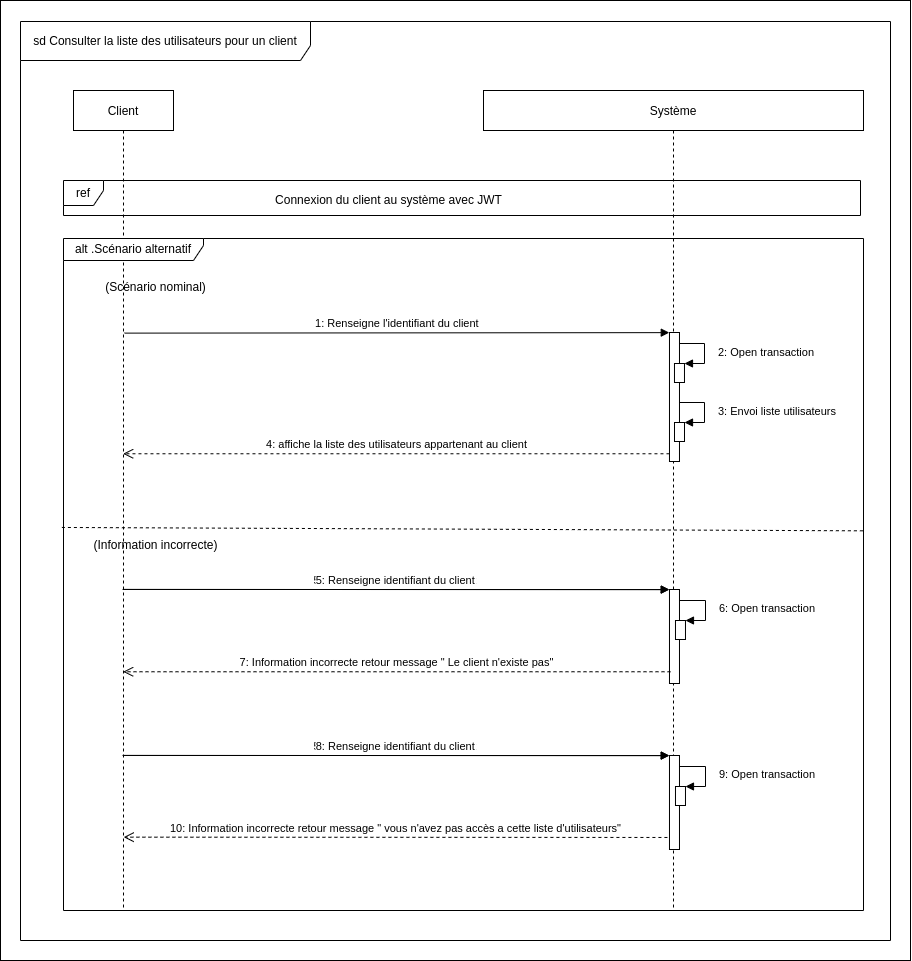
Before: conception/Diagramme UML/Diag-séquences/Diag séq consulter liste utilisateurs pour un client.png, a diagram exported from draw.io (laurent-66/API-BileMo). Source tidied: cells renumbered, new cells last; positions are measured from the earlier drawing's top-left corner, leaving out a move shared by most shapes.
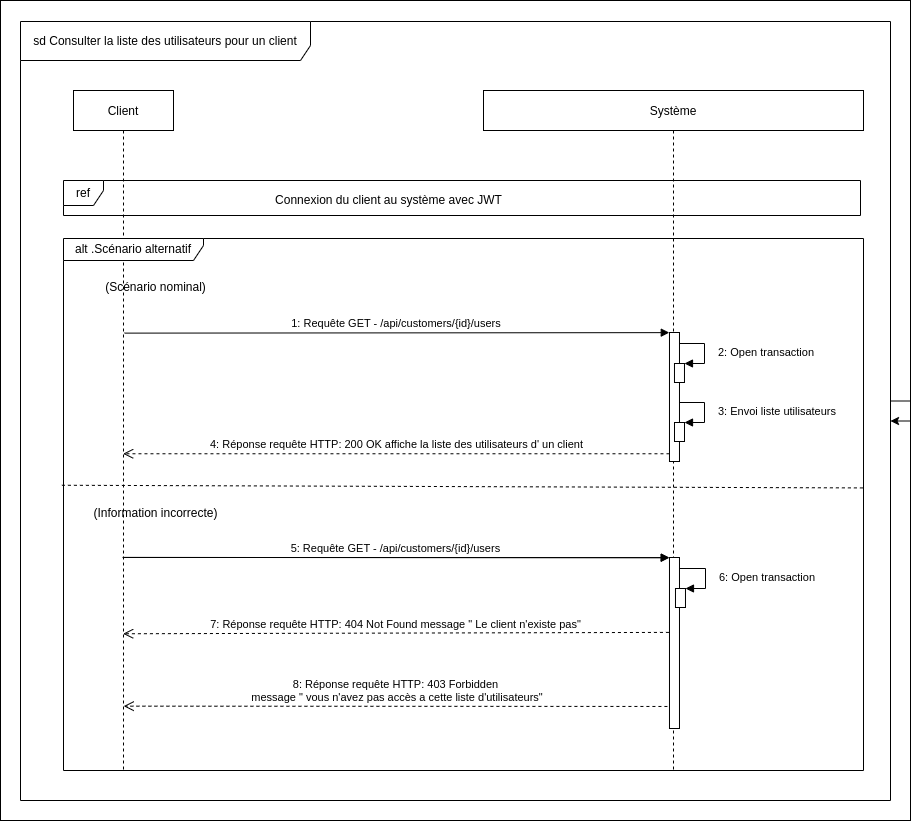
After the commit.

Diff of the diagram source:
```diff
@@ -3,28 +3,31 @@
     <mxCell id="0" />
     <mxCell id="1" parent="0" />
     <mxCell id="2" style="rounded=0;whiteSpace=wrap;html=1;" parent="1" vertex="1">
-      <mxGeometry width="910" height="960" as="geometry" />
+      <mxGeometry width="910" height="820" as="geometry" />
     </mxCell>
     <mxCell id="3" value="Client" style="shape=umlLifeline;perimeter=lifelinePerimeter;rounded=0;shadow=0;strokeWidth=1;" parent="1" vertex="1">
-      <mxGeometry x="73" y="90" width="100" height="820" as="geometry" />
+      <mxGeometry x="73" y="90" width="100" height="680" as="geometry" />
     </mxCell>
     <mxCell id="4" value="Système" style="shape=umlLifeline;perimeter=lifelinePerimeter;rounded=0;shadow=0;strokeWidth=1;" parent="1" vertex="1">
-      <mxGeometry x="483" y="90" width="380" height="820" as="geometry" />
+      <mxGeometry x="483" y="90" width="380" height="680" as="geometry" />
     </mxCell>
     <mxCell id="5" value="alt .Scénario alternatif" style="shape=umlFrame;whiteSpace=wrap;html=1;width=140;height=22;" parent="4" vertex="1">
-      <mxGeometry x="-420" y="148" width="800" height="672" as="geometry" />
+      <mxGeometry x="-420" y="148" width="800" height="532" as="geometry" />
     </mxCell>
     <mxCell id="6" value="Connexion du client au système avec JWT" style="text;html=1;align=center;verticalAlign=middle;strokeColor=none;fillColor=none;" parent="4" vertex="1">
       <mxGeometry x="-220" y="95" width="250" height="30" as="geometry" />
     </mxCell>
-    <mxCell id="7" style="endArrow=none;dashed=1;html=1;rounded=0;entryX=0.999;entryY=0.435;entryDx=0;entryDy=0;entryPerimeter=0;exitX=-0.002;exitY=0.43;exitDx=0;exitDy=0;exitPerimeter=0;" parent="4" edge="1" source="5" target="5">
-      <mxGeometry relative="1" as="geometry" />
+    <mxCell id="7" style="endArrow=none;dashed=1;html=1;rounded=0;entryX=0.999;entryY=0.435;entryDx=0;entryDy=0;entryPerimeter=0;exitX=-0.002;exitY=0.43;exitDx=0;exitDy=0;exitPerimeter=0;" parent="4" edge="1">
+      <mxGeometry relative="1" as="geometry">
+        <mxPoint x="-421.6" y="394.8" as="sourcePoint" />
+        <mxPoint x="379.2" y="397.4" as="targetPoint" />
+      </mxGeometry>
     </mxCell>
     <mxCell id="8" value="(Scénario nominal)" style="text;html=1;align=center;verticalAlign=middle;strokeColor=none;fillColor=none;" parent="1" vertex="1">
       <mxGeometry x="95" y="272" width="120" height="30" as="geometry" />
     </mxCell>
     <mxCell id="9" value="sd Consulter la liste des utilisateurs pour un client" style="shape=umlFrame;whiteSpace=wrap;html=1;width=290;height=39;" parent="1" vertex="1">
-      <mxGeometry x="20" y="21" width="870" height="919" as="geometry" />
+      <mxGeometry x="20" y="21" width="870" height="779" as="geometry" />
     </mxCell>
     <mxCell id="10" style="points=[];perimeter=orthogonalPerimeter;rounded=0;shadow=0;strokeWidth=1;" parent="1" vertex="1">
       <mxGeometry x="669" y="332" width="10" height="129" as="geometry" />
@@ -40,12 +43,12 @@
         </Array>
       </mxGeometry>
     </mxCell>
-    <mxCell id="13" value="1: Renseigne l'identifiant du client" style="verticalAlign=bottom;endArrow=block;shadow=0;strokeWidth=1;entryX=-0.02;entryY=0.001;entryDx=0;entryDy=0;entryPerimeter=0;exitX=0.51;exitY=0.371;exitDx=0;exitDy=0;exitPerimeter=0;" parent="1" edge="1" target="10">
+    <mxCell id="13" value="1: Requête GET - /api/customers/{id}/users" style="verticalAlign=bottom;endArrow=block;shadow=0;strokeWidth=1;entryX=-0.02;entryY=0.001;entryDx=0;entryDy=0;entryPerimeter=0;exitX=0.51;exitY=0.371;exitDx=0;exitDy=0;exitPerimeter=0;" parent="1" edge="1" target="10">
       <mxGeometry relative="1" as="geometry">
         <mxPoint x="124" y="332.6" as="sourcePoint" />
       </mxGeometry>
     </mxCell>
-    <mxCell id="14" value="4: affiche la liste des utilisateurs appartenant au client" style="html=1;verticalAlign=bottom;endArrow=open;dashed=1;endSize=8;rounded=0;exitX=-0.002;exitY=0.94;exitDx=0;exitDy=0;exitPerimeter=0;" parent="1" edge="1" source="10">
+    <mxCell id="14" value="4: Réponse requête HTTP: 200 OK affiche la liste des utilisateurs d' un client" style="html=1;verticalAlign=bottom;endArrow=open;dashed=1;endSize=8;rounded=0;exitX=-0.002;exitY=0.94;exitDx=0;exitDy=0;exitPerimeter=0;" parent="1" edge="1" source="10">
       <mxGeometry relative="1" as="geometry">
         <mxPoint x="122.7" y="453.3" as="targetPoint" />
       </mxGeometry>
@@ -63,68 +66,48 @@
       </mxGeometry>
     </mxCell>
     <mxCell id="17" value="(Information incorrecte)" style="text;html=1;align=center;verticalAlign=middle;strokeColor=none;fillColor=none;" parent="1" vertex="1">
-      <mxGeometry x="80" y="530" width="150" height="30" as="geometry" />
+      <mxGeometry x="80" y="498" width="150" height="30" as="geometry" />
     </mxCell>
     <mxCell id="18" style="points=[];perimeter=orthogonalPerimeter;rounded=0;shadow=0;strokeWidth=1;" parent="1" vertex="1">
-      <mxGeometry x="669" y="589" width="10" height="94" as="geometry" />
+      <mxGeometry x="669" y="557" width="10" height="171" as="geometry" />
     </mxCell>
     <mxCell id="19" style="html=1;points=[];perimeter=orthogonalPerimeter;" parent="1" vertex="1">
-      <mxGeometry x="675" y="620" width="10" height="19" as="geometry" />
+      <mxGeometry x="675" y="588" width="10" height="19" as="geometry" />
     </mxCell>
     <mxCell id="20" value="6: Open transaction" style="edgeStyle=orthogonalEdgeStyle;html=1;align=left;spacingLeft=2;endArrow=block;rounded=0;entryX=1;entryY=0;" parent="1" edge="1" source="18" target="19">
       <mxGeometry x="0.06" y="10" relative="1" as="geometry">
         <Array as="points">
-          <mxPoint x="705" y="600" />
-          <mxPoint x="705" y="620" />
+          <mxPoint x="705" y="568" />
+          <mxPoint x="705" y="588" />
         </Array>
       </mxGeometry>
     </mxCell>
     <mxCell id="21" value="5: Renseigner identifiant du client" style="verticalAlign=bottom;endArrow=block;shadow=0;strokeWidth=1;entryX=-0.02;entryY=0.001;entryDx=0;entryDy=0;entryPerimeter=0;exitX=0.495;exitY=0.69;exitDx=0;exitDy=0;exitPerimeter=0;" parent="1" edge="1" target="18">
       <mxGeometry relative="1" as="geometry">
-        <mxPoint x="122.1" y="588.9" as="sourcePoint" />
+        <mxPoint x="122.1" y="556.9" as="sourcePoint" />
       </mxGeometry>
     </mxCell>
-    <mxCell id="22" value="7: Information incorrecte retour message &quot; Le client n'existe pas&quot;" style="html=1;verticalAlign=bottom;endArrow=open;dashed=1;endSize=8;rounded=0;exitX=0.102;exitY=0.875;exitDx=0;exitDy=0;exitPerimeter=0;" parent="1" edge="1" source="18">
+    <mxCell id="22" value="7: Réponse requête HTTP: 404 Not Found message &quot; Le client n'existe pas&quot;" style="html=1;verticalAlign=bottom;endArrow=open;dashed=1;endSize=8;rounded=0;exitX=-0.055;exitY=0.438;exitDx=0;exitDy=0;exitPerimeter=0;" parent="1" edge="1" source="18">
       <mxGeometry relative="1" as="geometry">
-        <mxPoint x="122.7" y="671.3" as="targetPoint" />
+        <mxPoint x="122.7" y="633.3" as="targetPoint" />
       </mxGeometry>
     </mxCell>
-    <mxCell id="23" value="5: Renseigne identifiant du client" style="verticalAlign=bottom;endArrow=block;shadow=0;strokeWidth=1;entryX=-0.02;entryY=0.001;entryDx=0;entryDy=0;entryPerimeter=0;exitX=0.494;exitY=0.687;exitDx=0;exitDy=0;exitPerimeter=0;" parent="1" edge="1" target="18">
+    <mxCell id="23" value="5: Requête GET - /api/customers/{id}/users" style="verticalAlign=bottom;endArrow=block;shadow=0;strokeWidth=1;entryX=-0.02;entryY=0.001;entryDx=0;entryDy=0;entryPerimeter=0;exitX=0.494;exitY=0.687;exitDx=0;exitDy=0;exitPerimeter=0;" parent="1" edge="1" target="18">
       <mxGeometry relative="1" as="geometry">
-        <mxPoint x="122.4" y="588.9" as="sourcePoint" />
+        <mxPoint x="122.4" y="556.9" as="sourcePoint" />
       </mxGeometry>
     </mxCell>
-    <mxCell id="24" value="10: Information incorrecte retour message &quot; vous n'avez pas accès a cette liste d'utilisateurs&quot;" style="html=1;verticalAlign=bottom;endArrow=open;dashed=1;endSize=8;rounded=0;entryX=0.502;entryY=0.817;entryDx=0;entryDy=0;entryPerimeter=0;exitX=-0.207;exitY=0.872;exitDx=0;exitDy=0;exitPerimeter=0;" parent="1" edge="1" source="26">
+    <mxCell id="24" value="8: Réponse requête HTTP: 403 Forbidden&lt;br&gt;&amp;nbsp;message &quot; vous n'avez pas accès a cette liste d'utilisateurs&quot;" style="html=1;verticalAlign=bottom;endArrow=open;dashed=1;endSize=8;rounded=0;entryX=0.502;entryY=0.817;entryDx=0;entryDy=0;entryPerimeter=0;exitX=-0.207;exitY=0.872;exitDx=0;exitDy=0;exitPerimeter=0;" parent="1" edge="1">
       <mxGeometry relative="1" as="geometry">
-        <mxPoint x="123.2" y="836.7" as="targetPoint" />
+        <mxPoint x="666.9" y="706" as="sourcePoint" />
+        <mxPoint x="123.2" y="705.7" as="targetPoint" />
       </mxGeometry>
     </mxCell>
     <mxCell id="25" value="ref" style="shape=umlFrame;whiteSpace=wrap;html=1;width=40;height=25;" parent="1" vertex="1">
       <mxGeometry x="63" y="180" width="797" height="35" as="geometry" />
     </mxCell>
-    <mxCell id="26" style="points=[];perimeter=orthogonalPerimeter;rounded=0;shadow=0;strokeWidth=1;" parent="1" vertex="1">
-      <mxGeometry x="669" y="755" width="10" height="94" as="geometry" />
-    </mxCell>
-    <mxCell id="27" style="html=1;points=[];perimeter=orthogonalPerimeter;" parent="1" vertex="1">
-      <mxGeometry x="675" y="786" width="10" height="19" as="geometry" />
-    </mxCell>
-    <mxCell id="28" value="9: Open transaction" style="edgeStyle=orthogonalEdgeStyle;html=1;align=left;spacingLeft=2;endArrow=block;rounded=0;entryX=1;entryY=0;" parent="1" edge="1" source="26" target="27">
-      <mxGeometry x="0.06" y="10" relative="1" as="geometry">
-        <Array as="points">
-          <mxPoint x="705" y="766" />
-          <mxPoint x="705" y="786" />
-        </Array>
-      </mxGeometry>
-    </mxCell>
-    <mxCell id="29" value="5: Renseigner identifiant du client" style="verticalAlign=bottom;endArrow=block;shadow=0;strokeWidth=1;entryX=-0.02;entryY=0.001;entryDx=0;entryDy=0;entryPerimeter=0;exitX=0.495;exitY=0.69;exitDx=0;exitDy=0;exitPerimeter=0;" parent="1" edge="1" target="26">
-      <mxGeometry relative="1" as="geometry">
-        <mxPoint x="122.1" y="754.9" as="sourcePoint" />
-      </mxGeometry>
-    </mxCell>
-    <mxCell id="30" value="8: Renseigne identifiant du client" style="verticalAlign=bottom;endArrow=block;shadow=0;strokeWidth=1;entryX=-0.02;entryY=0.001;entryDx=0;entryDy=0;entryPerimeter=0;exitX=0.494;exitY=0.687;exitDx=0;exitDy=0;exitPerimeter=0;" parent="1" edge="1" target="26">
-      <mxGeometry relative="1" as="geometry">
-        <mxPoint x="122.4" y="754.9" as="sourcePoint" />
-      </mxGeometry>
-    </mxCell>
+    <mxCell id="31" style="edgeStyle=orthogonalEdgeStyle;rounded=0;orthogonalLoop=1;jettySize=auto;html=1;" parent="1" edge="1" source="9" target="9">
+      <mxGeometry relative="1" as="geometry" />
+    </mxCell>
   </root>
 </mxGraphModel>
```
